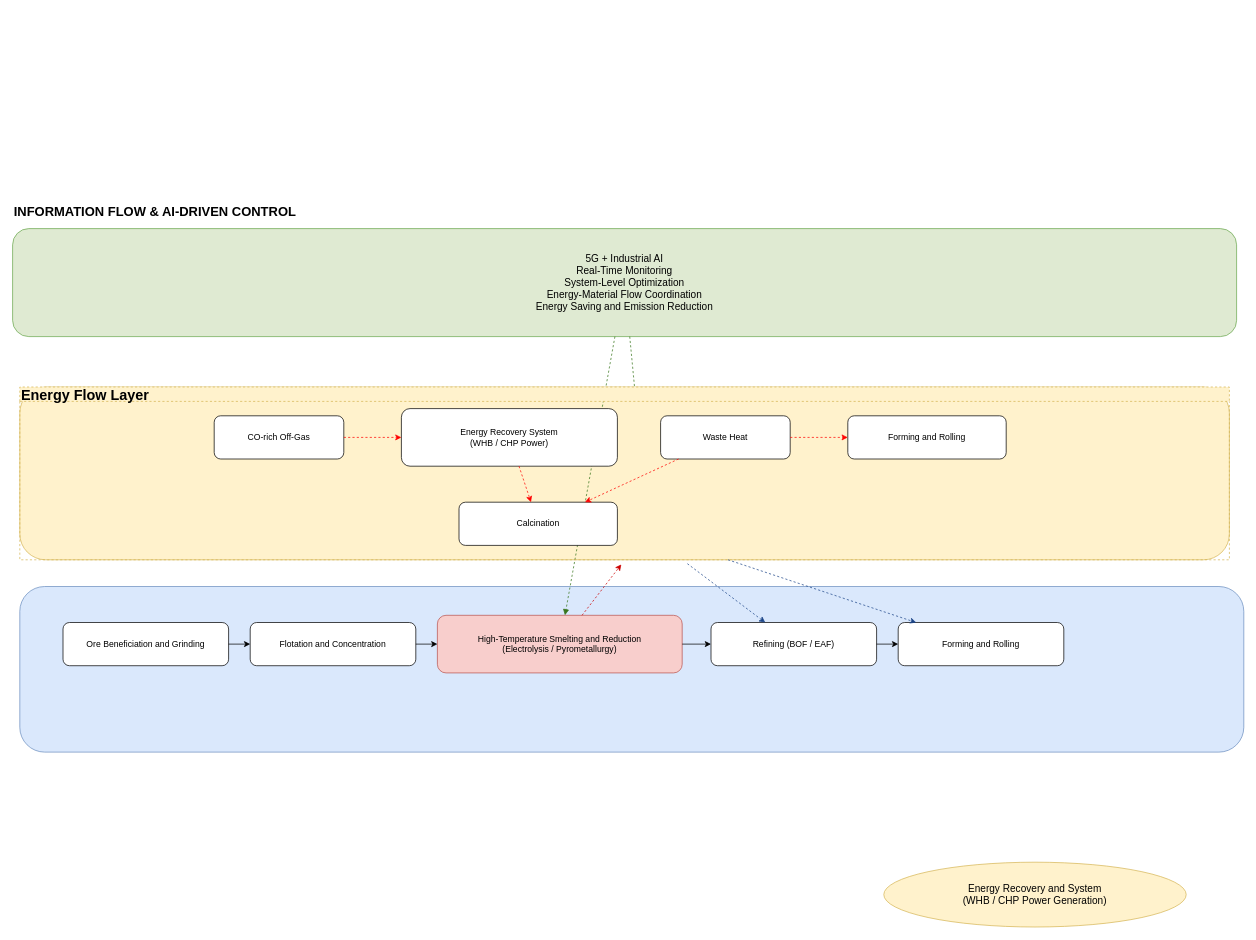
This is drawio_5G_IAI/Energy-Maerial Flow in Process Manufacturing.drawio from netCIS0xD/testRepository, a draw.io file, before an edit. Source tidied: cells renumbered, new cells numbered last; positions are measured from the earlier drawing's top-left corner, leaving out a move shared by most shapes. Both pictures are drawn from the tidied source at 72%, with x=0, y=0 at pixel (12, 199).
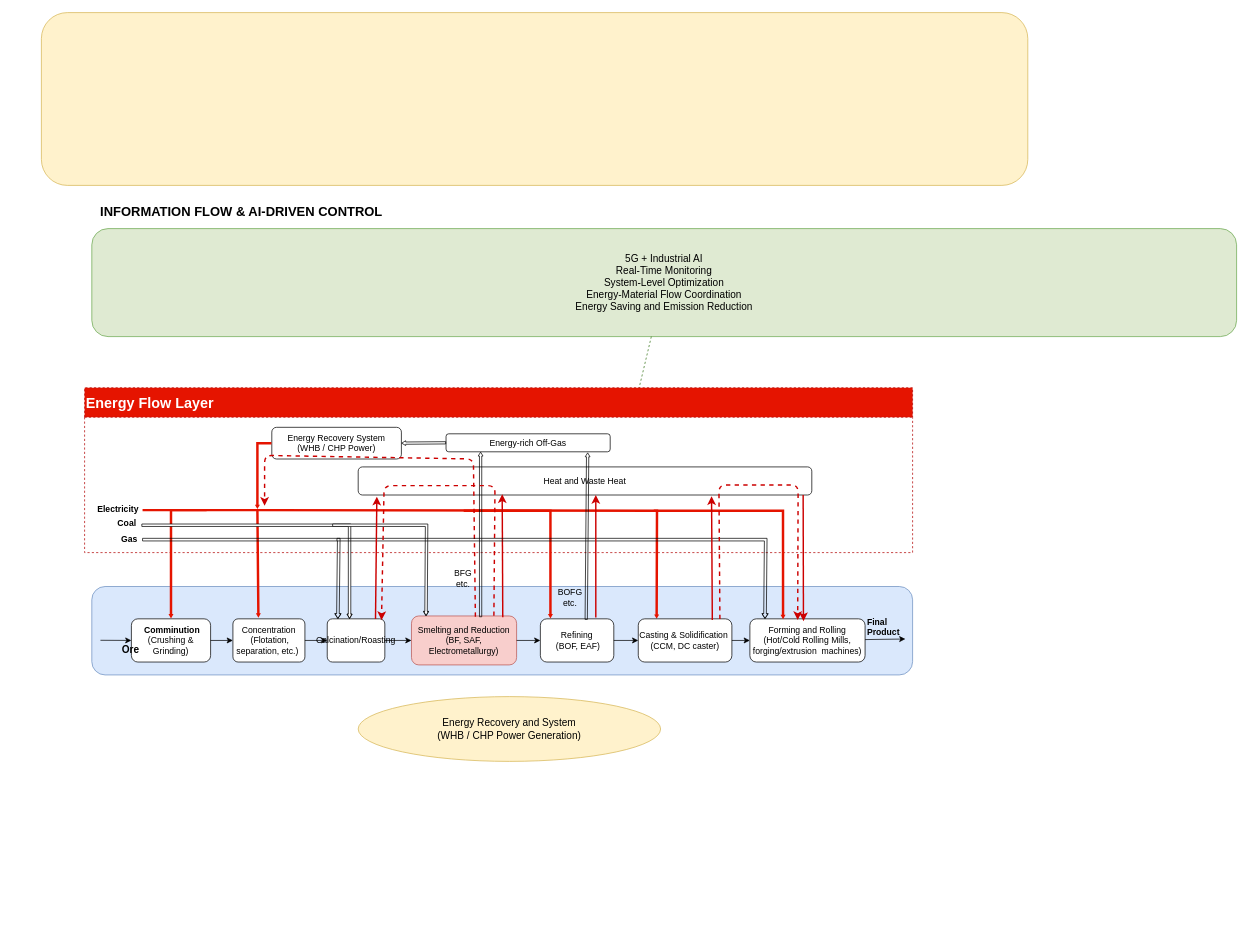
Above is the later version.

Diff of the diagram source:
```diff
@@
     <mxCell id="2" value="INFORMATION FLOW &amp; AI-DRIVEN CONTROL" style="text;html=1;fontSize=18;fontStyle=1;" parent="1" vertex="1">
-      <mxGeometry width="700" height="30" as="geometry" />
+      <mxGeometry x="120" width="580" height="30" as="geometry" />
     </mxCell>
     <mxCell id="3" value="5G + Industrial AI&#10;Real-Time Monitoring&#10;System-Level Optimization&#10;Energy-Material Flow Coordination&#10;Energy Saving and Emission Reduction" style="rounded=1;whiteSpace=wrap;html=1;fillColor=#dfead2;strokeColor=#6aa84f;fontSize=14;" parent="1" vertex="1">
-      <mxGeometry y="40" width="1700" height="150" as="geometry" />
+      <mxGeometry x="110" y="40" width="1590" height="150" as="geometry" />
     </mxCell>
-    <mxCell id="4" value="&lt;div style=&quot;&quot;&gt;&lt;br&gt;&lt;/div&gt;" style="rounded=1;html=1;fillColor=#fff2cc;strokeColor=#d6b656;fontSize=16;fontStyle=1;align=left;" parent="1" vertex="1">
-      <mxGeometry x="10" y="260" width="1680" height="240" as="geometry" />
-    </mxCell>
     <mxCell id="5" style="rounded=1;html=1;fillColor=#dae8fc;strokeColor=#6c8ebf;" parent="1" vertex="1">
-      <mxGeometry x="10" y="537.1" width="1700" height="230" as="geometry" />
+      <mxGeometry x="110" y="537.1" width="1140" height="122.8" as="geometry" />
     </mxCell>
-    <mxCell id="6" value="Ore Beneficiation and Grinding" style="rounded=1;whiteSpace=wrap;html=1;" parent="1" vertex="1">
-      <mxGeometry x="70" y="587.1" width="230" height="60" as="geometry" />
+    <mxCell id="6" value="&amp;nbsp;&lt;strong&gt;Comminution&lt;/strong&gt; (Crushing &amp;amp; Grinding)" style="rounded=1;whiteSpace=wrap;html=1;" parent="1" vertex="1">
+      <mxGeometry x="165" y="582" width="110" height="60" as="geometry" />
     </mxCell>
-    <mxCell id="7" value="Flotation and Concentration" style="rounded=1;whiteSpace=wrap;html=1;" parent="1" vertex="1">
-      <mxGeometry x="330" y="587.1" width="230" height="60" as="geometry" />
+    <mxCell id="7" value="&lt;div&gt;Concentration&lt;/div&gt;&lt;div&gt;&amp;nbsp;(Flotation, separation, etc.)&amp;nbsp;&lt;/div&gt;" style="rounded=1;whiteSpace=wrap;html=1;arcSize=12;" parent="1" vertex="1">
+      <mxGeometry x="306" y="582" width="100" height="60" as="geometry" />
     </mxCell>
-    <mxCell id="8" value="High-Temperature Smelting and Reduction&#10;(Electrolysis / Pyrometallurgy)" style="rounded=1;whiteSpace=wrap;html=1;fillColor=#f8cecc;strokeColor=#b85450;" parent="1" vertex="1">
-      <mxGeometry x="590" y="577.1" width="340" height="80" as="geometry" />
+    <mxCell id="8" value="&lt;div&gt;Smelting and Reduction&lt;/div&gt;(BF, SAF, Electrometallurgy)" style="rounded=1;whiteSpace=wrap;html=1;fillColor=#f8cecc;strokeColor=#b85450;" parent="1" vertex="1">
+      <mxGeometry x="554" y="578" width="146" height="68" as="geometry" />
     </mxCell>
-    <mxCell id="9" value="Refining (BOF / EAF)" style="rounded=1;whiteSpace=wrap;html=1;" parent="1" vertex="1">
-      <mxGeometry x="970" y="587.1" width="230" height="60" as="geometry" />
+    <mxCell id="9" value="&lt;div&gt;Refining&lt;/div&gt;&lt;div&gt;&amp;nbsp;(BOF, EAF)&lt;/div&gt;" style="rounded=1;whiteSpace=wrap;html=1;" parent="1" vertex="1">
+      <mxGeometry x="733" y="582" width="102" height="60" as="geometry" />
     </mxCell>
-    <mxCell id="10" value="Forming and Rolling" style="rounded=1;whiteSpace=wrap;html=1;" parent="1" vertex="1">
-      <mxGeometry x="1230" y="587.1" width="230" height="60" as="geometry" />
+    <mxCell id="10" value="&lt;div&gt;Forming and Rolling&lt;/div&gt;&lt;div&gt;(Hot/Cold Rolling Mills,&lt;/div&gt;&lt;div&gt;forging/extrusion &amp;nbsp;machines)&lt;/div&gt;" style="rounded=1;whiteSpace=wrap;html=1;" parent="1" vertex="1">
+      <mxGeometry x="1024" y="582" width="160" height="60" as="geometry" />
     </mxCell>
@@
-    <mxCell id="12" style="endArrow=classic;" parent="1" edge="1" source="7" target="8">
+    <mxCell id="12" style="endArrow=classic;entryX=0;entryY=0.5;entryDx=0;entryDy=0;" parent="1" edge="1" source="7" target="41">
       <mxGeometry relative="1" as="geometry" />
     </mxCell>
@@
-    <mxCell id="14" style="endArrow=classic;" parent="1" edge="1" source="9" target="10">
+    <mxCell id="14" style="endArrow=classic;entryX=0;entryY=0.5;entryDx=0;entryDy=0;" parent="1" edge="1" source="9" target="44">
       <mxGeometry relative="1" as="geometry" />
     </mxCell>
-    <mxCell id="15" style="endArrow=classic;strokeColor=#cc0000;dashed=1;" parent="1" edge="1" source="8">
-      <mxGeometry relative="1" as="geometry">
-        <mxPoint x="845.4" y="506.5" as="targetPoint" />
-      </mxGeometry>
-    </mxCell>
-    <mxCell id="16" style="endArrow=classic;strokeColor=#1c4587;dashed=1;" parent="1" edge="1" target="9">
-      <mxGeometry relative="1" as="geometry">
-        <mxPoint x="937.2" y="505.4" as="sourcePoint" />
-      </mxGeometry>
-    </mxCell>
-    <mxCell id="17" style="endArrow=classic;strokeColor=#1c4587;dashed=1;" parent="1" edge="1" target="10">
-      <mxGeometry relative="1" as="geometry">
-        <mxPoint x="993.6" y="500" as="sourcePoint" />
-      </mxGeometry>
-    </mxCell>
@@
-    <mxCell id="19" style="endArrow=block;strokeColor=#38761d;dashed=1;" parent="1" edge="1" source="3" target="8">
-      <mxGeometry relative="1" as="geometry" />
-    </mxCell>
     <mxCell id="20" value="Energy Recovery and System&#10;(WHB / CHP Power Generation)" style="ellipse;whiteSpace=wrap;html=1;fillColor=#fff2cc;strokeColor=#d6b656;fontSize=14;" parent="1" vertex="1">
-      <mxGeometry x="1210" y="920" width="420" height="90" as="geometry" />
+      <mxGeometry x="480" y="690" width="420" height="90" as="geometry" />
     </mxCell>
-    <mxCell id="21" value="CO-rich Off-Gas" style="rounded=1;whiteSpace=wrap;html=1;" parent="1" vertex="1">
-      <mxGeometry x="280" y="300" width="180" height="60" as="geometry" />
-    </mxCell>
+    <mxCell id="30" value="&lt;font style=&quot;font-size: 20px;&quot;&gt;Energy Flow Layer&lt;/font&gt;" style="swimlane;whiteSpace=wrap;html=1;startSize=41;fillColor=#e51400;dashed=1;strokeColor=#B20000;fillStyle=solid;align=left;fontColor=#ffffff;" parent="1" vertex="1">
+      <mxGeometry x="100" y="261" width="1150" height="229" as="geometry" />
+    </mxCell>
+    <mxCell id="31" value="Energy-rich Off-Gas" style="rounded=1;whiteSpace=wrap;html=1;" parent="30" vertex="1">
+      <mxGeometry x="502" y="64" width="228" height="25" as="geometry" />
+    </mxCell>
+    <mxCell id="32" style="shape=flexArrow;endArrow=classic;html=1;rounded=0;endWidth=2.573271768674067;endSize=1.6835249042145592;fillColor=#e51400;strokeColor=none;width=3.418803418803419;" parent="30" edge="1" target="6">
+      <mxGeometry relative="1" as="geometry">
+        <mxPoint x="170" y="170" as="sourcePoint" />
+        <Array as="points">
+          <mxPoint x="120" y="170" />
+        </Array>
+      </mxGeometry>
+    </mxCell>
+    <mxCell id="33" style="shape=flexArrow;endArrow=classic;html=1;rounded=0;endWidth=2.573271768674067;endSize=1.6835249042145592;fillColor=#e51400;strokeColor=none;width=3.418803418803419;entryX=0.354;entryY=-0.019;entryDx=0;entryDy=0;entryPerimeter=0;" parent="30" edge="1" target="7">
+      <mxGeometry relative="1" as="geometry">
+        <mxPoint x="80" y="170" as="sourcePoint" />
+        <Array as="points">
+          <mxPoint x="240" y="170" />
+        </Array>
+      </mxGeometry>
+    </mxCell>
+    <mxCell id="34" value="&lt;b&gt;Coal&lt;/b&gt;" style="text;whiteSpace=wrap;html=1;" parent="30" vertex="1">
+      <mxGeometry x="44" y="175" width="30" height="20" as="geometry" />
+    </mxCell>
+    <mxCell id="35" value="&lt;b&gt;Electricity&lt;/b&gt;" style="text;whiteSpace=wrap;html=1;" parent="30" vertex="1">
+      <mxGeometry x="16" y="155" width="62" height="20" as="geometry" />
+    </mxCell>
+    <mxCell id="36" style="shape=flexArrow;endArrow=classic;html=1;rounded=0;endWidth=2.573271768674067;endSize=1.6835249042145592;fillColor=#e51400;strokeColor=none;width=3.418803418803419;entryX=0.652;entryY=0.008;entryDx=0;entryDy=0;entryPerimeter=0;" parent="30" edge="1">
+      <mxGeometry relative="1" as="geometry">
+        <mxPoint x="240" y="170" as="sourcePoint" />
+        <mxPoint x="794.5" y="321.5" as="targetPoint" />
+        <Array as="points">
+          <mxPoint x="795" y="171" />
+        </Array>
+      </mxGeometry>
+    </mxCell>
-    <mxCell id="22" value="Energy Recovery System&#10;(WHB / CHP Power)" style="rounded=1;whiteSpace=wrap;html=1;" parent="1" vertex="1">
-      <mxGeometry x="540" y="290" width="300" height="80" as="geometry" />
+    <mxCell id="22" value="Energy Recovery System&#10;(WHB / CHP Power)" style="rounded=1;whiteSpace=wrap;html=1;" parent="30" vertex="1">
+      <mxGeometry x="260" y="55" width="180" height="44" as="geometry" />
     </mxCell>
-    <mxCell id="23" value="Waste Heat" style="rounded=1;whiteSpace=wrap;html=1;" parent="1" vertex="1">
-      <mxGeometry x="900" y="300" width="180" height="60" as="geometry" />
+    <mxCell id="23" value="Heat and Waste Heat" style="rounded=1;whiteSpace=wrap;html=1;" parent="30" vertex="1">
+      <mxGeometry x="380" y="110" width="630" height="39" as="geometry" />
     </mxCell>
-    <mxCell id="24" value="Forming and Rolling" style="rounded=1;whiteSpace=wrap;html=1;" parent="1" vertex="1">
-      <mxGeometry x="1160" y="300" width="220" height="60" as="geometry" />
-    </mxCell>
-    <mxCell id="25" value="Calcination" style="rounded=1;whiteSpace=wrap;html=1;" parent="1" vertex="1">
-      <mxGeometry x="620" y="420" width="220" height="60" as="geometry" />
-    </mxCell>
-    <mxCell id="26" style="endArrow=classic;strokeColor=#ff0000;dashed=1;" parent="1" edge="1" source="21" target="22">
-      <mxGeometry relative="1" as="geometry" />
-    </mxCell>
-    <mxCell id="27" style="endArrow=classic;strokeColor=#ff0000;dashed=1;" parent="1" edge="1" source="22" target="25">
-      <mxGeometry relative="1" as="geometry" />
-    </mxCell>
-    <mxCell id="28" style="endArrow=classic;strokeColor=#ff0000;dashed=1;" parent="1" edge="1" source="23" target="25">
-      <mxGeometry relative="1" as="geometry" />
-    </mxCell>
-    <mxCell id="29" style="endArrow=classic;strokeColor=#ff0000;dashed=1;" parent="1" edge="1" source="23" target="24">
-      <mxGeometry relative="1" as="geometry" />
-    </mxCell>
-    <mxCell id="30" value="&lt;font style=&quot;font-size: 20px;&quot;&gt;Energy Flow Layer&lt;/font&gt;" style="swimlane;whiteSpace=wrap;html=1;startSize=20;fillColor=#FFF2CC;dashed=1;strokeColor=#d6b656;fillStyle=solid;align=left;" parent="1" vertex="1">
-      <mxGeometry x="10" y="260" width="1680" height="240" as="geometry" />
-    </mxCell>
+    <mxCell id="37" style="shape=flexArrow;endArrow=classic;html=1;rounded=0;endWidth=2.573271768674067;endSize=1.6835249042145592;fillColor=#e51400;strokeColor=none;width=3.418803418803419;entryX=0.652;entryY=0.008;entryDx=0;entryDy=0;entryPerimeter=0;" parent="30" edge="1">
+      <mxGeometry relative="1" as="geometry">
+        <mxPoint x="526" y="171" as="sourcePoint" />
+        <mxPoint x="647" y="321" as="targetPoint" />
+        <Array as="points">
+          <mxPoint x="647" y="171" />
+        </Array>
+      </mxGeometry>
+    </mxCell>
+    <mxCell id="38" style="shape=flexArrow;endArrow=classic;html=1;rounded=0;width=3.1775700934579443;endSize=1.4781954887218045;endWidth=2.529688707750685;exitX=0;exitY=0.5;exitDx=0;exitDy=0;entryX=1;entryY=0.5;entryDx=0;entryDy=0;" parent="30" edge="1" source="31" target="22">
+      <mxGeometry relative="1" as="geometry" />
+    </mxCell>
+    <mxCell id="39" style="shape=flexArrow;endArrow=classic;html=1;rounded=0;endWidth=2.573271768674067;endSize=1.6835249042145592;fillColor=#e51400;strokeColor=none;width=3.418803418803419;exitX=0;exitY=0.5;exitDx=0;exitDy=0;" parent="30" edge="1" source="22">
+      <mxGeometry relative="1" as="geometry">
+        <mxPoint x="240" y="169" as="targetPoint" />
+        <Array as="points">
+          <mxPoint x="240" y="77" />
+        </Array>
+      </mxGeometry>
+    </mxCell>
+    <mxCell id="40" style="endArrow=classic;strokeColor=#cc0000;strokeWidth=2;startSize=6;endSize=6;endFill=1;dashed=1;exitX=0.608;exitY=0.015;exitDx=0;exitDy=0;exitPerimeter=0;" parent="30" edge="1" source="8">
+      <mxGeometry relative="1" as="geometry">
+        <mxPoint x="250" y="164" as="targetPoint" />
+        <Array as="points">
+          <mxPoint x="540" y="99" />
+          <mxPoint x="250" y="94" />
+        </Array>
+      </mxGeometry>
+    </mxCell>
+    <mxCell id="15" style="endArrow=classic;strokeColor=#cc0000;exitX=0.386;exitY=0.024;exitDx=0;exitDy=0;exitPerimeter=0;strokeWidth=2;startSize=6;endSize=6;endFill=1;entryX=0.438;entryY=1.07;entryDx=0;entryDy=0;entryPerimeter=0;" parent="30" edge="1">
+      <mxGeometry relative="1" as="geometry">
+        <mxPoint x="580.8" y="318.7" as="sourcePoint" />
+        <mxPoint x="580" y="148" as="targetPoint" />
+      </mxGeometry>
+    </mxCell>
+    <mxCell id="41" value="Calcination/Roasting" style="rounded=1;whiteSpace=wrap;html=1;arcSize=12;" parent="1" vertex="1">
+      <mxGeometry x="437" y="582" width="80" height="60" as="geometry" />
+    </mxCell>
+    <mxCell id="42" style="endArrow=classic;entryX=0;entryY=0.5;entryDx=0;entryDy=0;exitX=1;exitY=0.5;exitDx=0;exitDy=0;" parent="1" edge="1" source="41" target="8">
+      <mxGeometry relative="1" as="geometry" />
+    </mxCell>
+    <mxCell id="43" value="&lt;div&gt;&lt;b&gt;Final&lt;/b&gt;&lt;/div&gt;&lt;div&gt;&lt;b&gt;Product&lt;/b&gt;&lt;/div&gt;" style="text;whiteSpace=wrap;html=1;" parent="1" vertex="1">
+      <mxGeometry x="1185" y="573" width="30" height="30" as="geometry" />
+    </mxCell>
+    <mxCell id="44" value="&lt;div&gt;Casting &amp;amp; Solidification&amp;nbsp;&lt;/div&gt;&lt;div&gt;(CCM, DC caster)&lt;/div&gt;" style="rounded=1;whiteSpace=wrap;html=1;" parent="1" vertex="1">
+      <mxGeometry x="869" y="582" width="130" height="60" as="geometry" />
+    </mxCell>
+    <mxCell id="45" style="endArrow=classic;entryX=0;entryY=0.5;entryDx=0;entryDy=0;exitX=1;exitY=0.5;exitDx=0;exitDy=0;" parent="1" edge="1" source="44" target="10">
+      <mxGeometry relative="1" as="geometry" />
+    </mxCell>
+    <mxCell id="46" style="shape=flexArrow;endArrow=classic;html=1;rounded=0;endWidth=3.915157996587987;endSize=1.8785425101214575;width=3.6437246963562755;entryX=0.185;entryY=0;entryDx=0;entryDy=0;entryPerimeter=0;" parent="1" edge="1" target="41">
+      <mxGeometry relative="1" as="geometry">
+        <mxPoint x="180" y="472" as="sourcePoint" />
+        <Array as="points">
+          <mxPoint x="453" y="472" />
+        </Array>
+      </mxGeometry>
+    </mxCell>
+    <mxCell id="47" style="endArrow=classic;entryX=0;entryY=0.5;entryDx=0;entryDy=0;" parent="1" edge="1" target="6">
+      <mxGeometry relative="1" as="geometry">
+        <mxPoint x="122" y="611.8" as="sourcePoint" />
+      </mxGeometry>
+    </mxCell>
+    <mxCell id="48" style="endArrow=classic;" parent="1" edge="1" source="10">
+      <mxGeometry relative="1" as="geometry">
+        <mxPoint x="1240" y="610" as="targetPoint" />
+      </mxGeometry>
+    </mxCell>
+    <mxCell id="49" style="shape=flexArrow;endArrow=classic;html=1;rounded=0;endWidth=2.573271768674067;endSize=1.6835249042145592;width=3.418803418803419;fillColor=default;" parent="1" edge="1">
+      <mxGeometry relative="1" as="geometry">
+        <mxPoint x="179" y="452" as="sourcePoint" />
+        <mxPoint x="468" y="582" as="targetPoint" />
+        <Array as="points">
+          <mxPoint x="468" y="452" />
+        </Array>
+      </mxGeometry>
+    </mxCell>
+    <mxCell id="50" value="&lt;b&gt;&lt;font style=&quot;font-size: 14px;&quot;&gt;Ore&lt;/font&gt;&lt;/b&gt;&lt;div&gt;&lt;b&gt;&lt;br&gt;&lt;/b&gt;&lt;/div&gt;" style="text;whiteSpace=wrap;html=1;" parent="1" vertex="1">
+      <mxGeometry x="150" y="610" width="30" height="30" as="geometry" />
+    </mxCell>
+    <mxCell id="51" value="&lt;b&gt;Gas&lt;/b&gt;" style="text;whiteSpace=wrap;html=1;" parent="1" vertex="1">
+      <mxGeometry x="149" y="458" width="30" height="20" as="geometry" />
+    </mxCell>
+    <mxCell id="52" style="shape=flexArrow;endArrow=classic;html=1;rounded=0;endWidth=2.573271768674067;endSize=1.6835249042145592;width=3.418803418803419;entryX=0.166;entryY=0.003;entryDx=0;entryDy=0;entryPerimeter=0;fillColor=default;" parent="1" edge="1">
+      <mxGeometry relative="1" as="geometry">
+        <mxPoint x="444" y="452" as="sourcePoint" />
+        <mxPoint x="574.2" y="578.2" as="targetPoint" />
+        <Array as="points">
+          <mxPoint x="575" y="452" />
+        </Array>
+      </mxGeometry>
+    </mxCell>
+    <mxCell id="53" style="shape=flexArrow;endArrow=classic;html=1;rounded=0;width=3.1775700934579443;endSize=1.4781954887218045;endWidth=2.529688707750685;exitX=0.177;exitY=0.008;exitDx=0;exitDy=0;exitPerimeter=0;" parent="1" edge="1">
+      <mxGeometry relative="1" as="geometry">
+        <mxPoint x="650" y="579.6" as="sourcePoint" />
+        <mxPoint x="650" y="350" as="targetPoint" />
+      </mxGeometry>
+    </mxCell>
+    <mxCell id="54" value="&lt;div&gt;BFG&lt;/div&gt;&lt;div&gt;etc.&lt;/div&gt;" style="text;html=1;strokeColor=none;fillColor=none;align=center;verticalAlign=middle;whiteSpace=wrap;overflow=hidden;" parent="1" vertex="1">
+      <mxGeometry x="611" y="501" width="30" height="50" as="geometry" />
+    </mxCell>
+    <mxCell id="55" style="shape=flexArrow;endArrow=classic;html=1;rounded=0;width=3.1775700934579443;endSize=1.4781954887218045;endWidth=2.529688707750685;exitX=0.428;exitY=0.021;exitDx=0;exitDy=0;exitPerimeter=0;entryX=0.94;entryY=1.042;entryDx=0;entryDy=0;entryPerimeter=0;" parent="1" edge="1">
+      <mxGeometry relative="1" as="geometry">
+        <mxPoint x="796.7" y="583.3" as="sourcePoint" />
+        <mxPoint x="798.7" y="351" as="targetPoint" />
+      </mxGeometry>
+    </mxCell>
+    <mxCell id="56" value="&lt;div&gt;BOFG&lt;/div&gt;&lt;div&gt;etc.&lt;/div&gt;" style="text;html=1;strokeColor=none;fillColor=none;align=center;verticalAlign=middle;whiteSpace=wrap;overflow=hidden;" parent="1" vertex="1">
+      <mxGeometry x="753" y="528" width="43" height="50" as="geometry" />
+    </mxCell>
+    <mxCell id="4" value="&lt;div style=&quot;&quot;&gt;&lt;br&gt;&lt;/div&gt;" style="rounded=1;html=1;fillColor=#fff2cc;strokeColor=#d6b656;fontSize=16;fontStyle=1;align=left;" parent="1" vertex="1">
+      <mxGeometry x="40" y="-260" width="1370" height="240" as="geometry" />
+    </mxCell>
+    <mxCell id="57" style="shape=flexArrow;endArrow=classic;html=1;rounded=0;endWidth=2.573271768674067;endSize=1.6835249042145592;fillColor=#e51400;strokeColor=none;width=3.418803418803419;entryX=0.288;entryY=0.017;entryDx=0;entryDy=0;entryPerimeter=0;" parent="1" edge="1" target="10">
+      <mxGeometry relative="1" as="geometry">
+        <mxPoint x="890" y="432" as="sourcePoint" />
+        <Array as="points">
+          <mxPoint x="1070" y="432" />
+        </Array>
+      </mxGeometry>
+    </mxCell>
+    <mxCell id="58" style="shape=flexArrow;endArrow=classic;html=1;rounded=0;endWidth=3.915157996587987;endSize=1.8785425101214575;width=3.6437246963562755;entryX=0.185;entryY=0;entryDx=0;entryDy=0;entryPerimeter=0;" parent="1" edge="1">
+      <mxGeometry relative="1" as="geometry">
+        <mxPoint x="450" y="472" as="sourcePoint" />
+        <mxPoint x="1045" y="582" as="targetPoint" />
+        <Array as="points">
+          <mxPoint x="1046" y="472" />
+        </Array>
+      </mxGeometry>
+    </mxCell>
+    <mxCell id="59" style="endArrow=classic;strokeColor=#cc0000;strokeWidth=2;startSize=6;endSize=6;endFill=1;" parent="1" edge="1">
+      <mxGeometry relative="1" as="geometry">
+        <mxPoint x="810" y="580" as="sourcePoint" />
+        <mxPoint x="810" y="410" as="targetPoint" />
+      </mxGeometry>
+    </mxCell>
+    <mxCell id="60" style="endArrow=classic;strokeColor=#cc0000;exitX=0.791;exitY=0.025;exitDx=0;exitDy=0;exitPerimeter=0;strokeWidth=2;startSize=6;endSize=6;endFill=1;entryX=0.779;entryY=1.043;entryDx=0;entryDy=0;entryPerimeter=0;" parent="1" edge="1" source="44" target="23">
+      <mxGeometry relative="1" as="geometry" />
+    </mxCell>
+    <mxCell id="61" style="endArrow=classic;strokeColor=#cc0000;entryX=0.111;entryY=1.123;entryDx=0;entryDy=0;entryPerimeter=0;strokeWidth=2;startSize=6;endSize=6;endFill=1;exitX=0.838;exitY=0.006;exitDx=0;exitDy=0;exitPerimeter=0;" parent="1" edge="1" source="41">
+      <mxGeometry relative="1" as="geometry">
+        <mxPoint x="505.9" y="412.3" as="targetPoint" />
+      </mxGeometry>
+    </mxCell>
+    <mxCell id="62" style="endArrow=classic;strokeColor=#cc0000;strokeWidth=2;startSize=6;endSize=6;endFill=1;entryX=0.465;entryY=0.053;entryDx=0;entryDy=0;entryPerimeter=0;" parent="1" edge="1" target="10">
+      <mxGeometry relative="1" as="geometry">
+        <mxPoint x="1098" y="410" as="sourcePoint" />
+      </mxGeometry>
+    </mxCell>
+    <mxCell id="63" style="endArrow=classic;strokeColor=#cc0000;strokeWidth=2;startSize=6;endSize=6;endFill=1;dashed=1;entryX=0.942;entryY=0.03;entryDx=0;entryDy=0;entryPerimeter=0;exitX=0.784;exitY=-0.003;exitDx=0;exitDy=0;exitPerimeter=0;" parent="1" edge="1" source="8" target="41">
+      <mxGeometry relative="1" as="geometry">
+        <Array as="points">
+          <mxPoint x="670" y="397" />
+          <mxPoint x="516" y="397" />
+        </Array>
+      </mxGeometry>
+    </mxCell>
+    <mxCell id="64" style="endArrow=classic;strokeColor=#cc0000;strokeWidth=2;startSize=6;endSize=6;endFill=1;dashed=1;exitX=0.872;exitY=0.006;exitDx=0;exitDy=0;exitPerimeter=0;entryX=0.415;entryY=0.028;entryDx=0;entryDy=0;entryPerimeter=0;" parent="1" edge="1" source="44" target="10">
+      <mxGeometry relative="1" as="geometry">
+        <Array as="points">
+          <mxPoint x="981" y="396" />
+          <mxPoint x="1091" y="396" />
+        </Array>
+      </mxGeometry>
+    </mxCell>
```
